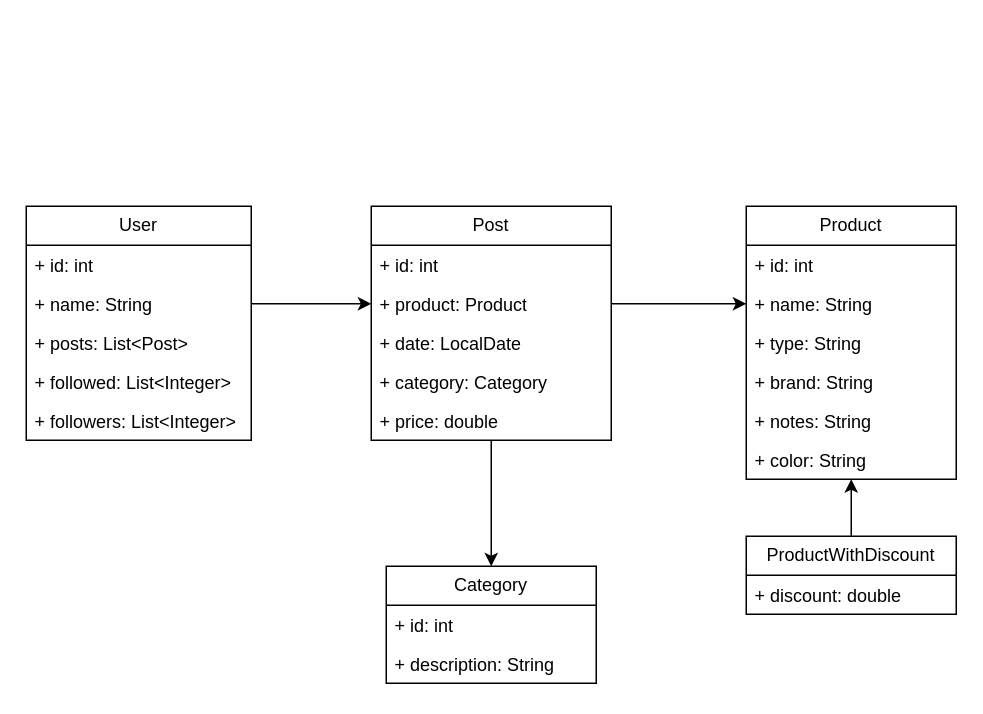
The draw.io diagram 4. sprint I/be_java_hisp_w23_g5_ramirez/Diagram.drawio in extjotabell/wave23-practicas, before the edit. Source tidied: cells renumbered, new cells numbered last; positions are measured from the earlier drawing's top-left corner, leaving out a move shared by most shapes. Both pictures are drawn from the tidied source at 150%, with x=0, y=0 at pixel (26, 206).
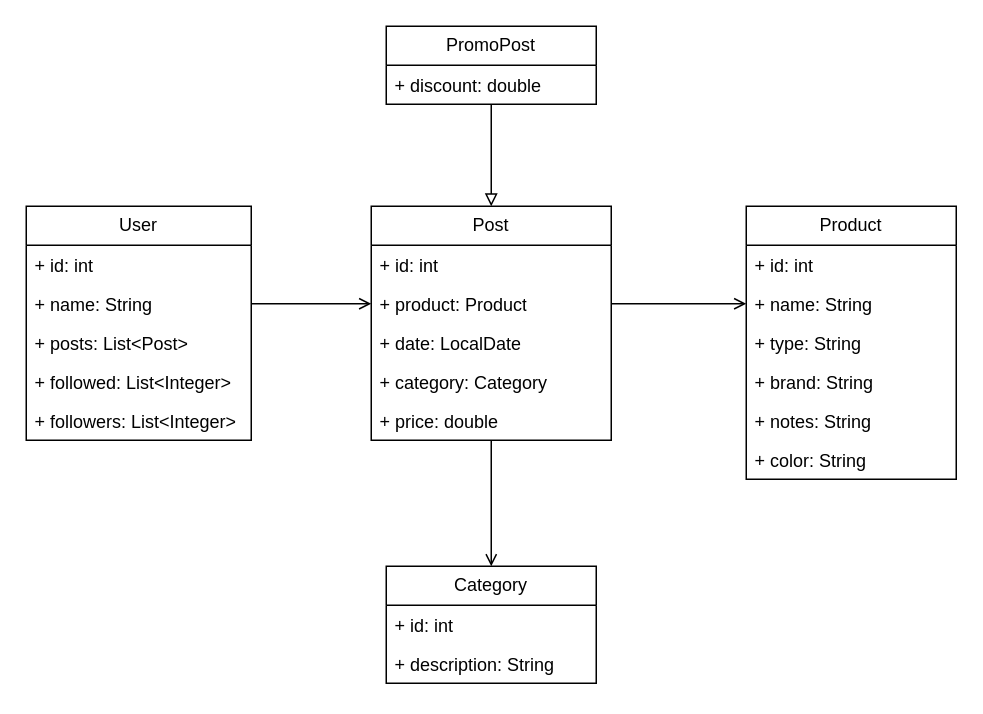
The same page after the edit.

The change refers to these unchanged cells:
```xml
<mxCell id="4" value="+ name: String" style="text;strokeColor=none;fillColor=none;align=left;verticalAlign=top;spacingLeft=4;spacingRight=4;overflow=hidden;points=[[0,0.5],[1,0.5]];portConstraint=eastwest;whiteSpace=wrap;html=1;" parent="2" vertex="1">
  <mxGeometry y="52" width="150" height="26" as="geometry" />
</mxCell>
<mxCell id="9" value="Post" style="swimlane;fontStyle=0;horizontal=1;startSize=26;fillColor=none;whiteSpace=wrap;html=1;" parent="1" vertex="1">
  <mxGeometry x="230" width="160" height="156" as="geometry" />
</mxCell>
<mxCell id="11" value="+ product: Product&lt;br&gt;" style="text;strokeColor=none;fillColor=none;align=left;verticalAlign=top;spacingLeft=4;spacingRight=4;overflow=hidden;points=[[0,0.5],[1,0.5]];portConstraint=eastwest;whiteSpace=wrap;html=1;" parent="9" vertex="1">
  <mxGeometry y="52" width="160" height="26" as="geometry" />
</mxCell>
<mxCell id="15" value="Product" style="swimlane;fontStyle=0;horizontal=1;startSize=26;fillColor=none;whiteSpace=wrap;html=1;" parent="1" vertex="1">
  <mxGeometry x="480" width="140" height="182" as="geometry" />
</mxCell>
<mxCell id="17" value="+ name: String" style="text;strokeColor=none;fillColor=none;align=left;verticalAlign=top;spacingLeft=4;spacingRight=4;overflow=hidden;points=[[0,0.5],[1,0.5]];portConstraint=eastwest;whiteSpace=wrap;html=1;" parent="15" vertex="1">
  <mxGeometry y="52" width="140" height="26" as="geometry" />
</mxCell>
<mxCell id="24" value="Category" style="swimlane;fontStyle=0;horizontal=1;startSize=26;fillColor=none;whiteSpace=wrap;html=1;" parent="1" vertex="1">
  <mxGeometry x="240" y="240" width="140" height="78" as="geometry" />
</mxCell>
```

The edit, as a diff of the source:
```diff
@@
-    <mxCell id="8" style="edgeStyle=orthogonalEdgeStyle;rounded=0;jettySize=auto;html=1;entryX=0.5;entryY=0;entryDx=0;entryDy=0;" parent="1" edge="1" source="9" target="24">
+    <mxCell id="8" style="edgeStyle=orthogonalEdgeStyle;rounded=0;jettySize=auto;html=1;entryX=0.5;entryY=0;entryDx=0;entryDy=0;endArrow=open;endFill=0;" parent="1" edge="1" source="9" target="24">
       <mxGeometry relative="1" as="geometry" />
     </mxCell>
@@
-    <mxCell id="22" style="edgeStyle=orthogonalEdgeStyle;rounded=0;jettySize=auto;html=1;exitX=1;exitY=0.5;exitDx=0;exitDy=0;entryX=0;entryY=0.5;entryDx=0;entryDy=0;" parent="1" edge="1" source="4" target="11">
+    <mxCell id="22" style="edgeStyle=orthogonalEdgeStyle;rounded=0;jettySize=auto;html=1;exitX=1;exitY=0.5;exitDx=0;exitDy=0;entryX=0;entryY=0.5;entryDx=0;entryDy=0;endArrow=open;endFill=0;" parent="1" edge="1" source="4" target="11">
       <mxGeometry relative="1" as="geometry" />
     </mxCell>
-    <mxCell id="23" style="edgeStyle=orthogonalEdgeStyle;rounded=0;jettySize=auto;html=1;exitX=1;exitY=0.5;exitDx=0;exitDy=0;entryX=0;entryY=0.5;entryDx=0;entryDy=0;" parent="1" edge="1" source="11" target="17">
+    <mxCell id="23" style="edgeStyle=orthogonalEdgeStyle;rounded=0;jettySize=auto;html=1;exitX=1;exitY=0.5;exitDx=0;exitDy=0;entryX=0;entryY=0.5;entryDx=0;entryDy=0;endArrow=open;endFill=0;" parent="1" edge="1" source="11" target="17">
       <mxGeometry relative="1" as="geometry" />
     </mxCell>
@@
-    <mxCell id="27" style="edgeStyle=orthogonalEdgeStyle;rounded=0;jettySize=auto;html=1;" parent="1" edge="1" source="28" target="15">
-      <mxGeometry relative="1" as="geometry" />
-    </mxCell>
+    <mxCell id="30" style="edgeStyle=orthogonalEdgeStyle;rounded=0;jettySize=auto;html=1;endArrow=block;endFill=0;" parent="1" edge="1" source="28" target="9">
+      <mxGeometry relative="1" as="geometry" />
+    </mxCell>
-    <mxCell id="28" value="ProductWithDiscount" style="swimlane;fontStyle=0;horizontal=1;startSize=26;fillColor=none;whiteSpace=wrap;html=1;" parent="1" vertex="1">
-      <mxGeometry x="480" y="220" width="140" height="52" as="geometry" />
+    <mxCell id="28" value="PromoPost" style="swimlane;fontStyle=0;horizontal=1;startSize=26;fillColor=none;whiteSpace=wrap;html=1;" parent="1" vertex="1">
+      <mxGeometry x="240" y="-120" width="140" height="52" as="geometry" />
     </mxCell>
```
